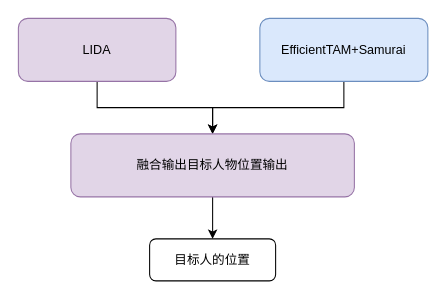
This is WorkSpace/ObjectTrack/LIDA+Camera.drawio from mailonghua/drawio, a draw.io file, before an edit. Source tidied: cells renumbered, new cells numbered last; positions are measured from the earlier drawing's top-left corner, leaving out a move shared by most shapes. Both pictures are drawn from the tidied source at 105%, with x=0, y=0 at pixel (18, 18).
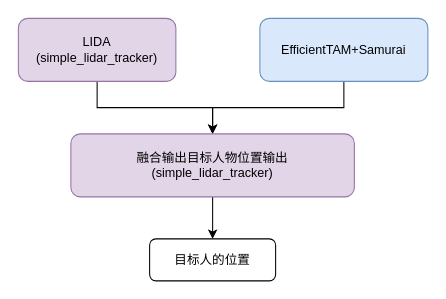
The same diagram, later.

Diff of the diagram source:
```diff
@@
 <mxGraphModel>
   <root>
     <mxCell id="0" />
     <mxCell id="1" parent="0" />
     <mxCell id="2" style="edgeStyle=orthogonalEdgeStyle;rounded=0;jettySize=auto;html=1;exitX=0.5;exitY=1;exitDx=0;exitDy=0;entryX=0.5;entryY=0;entryDx=0;entryDy=0;" parent="1" edge="1" source="3" target="8">
       <mxGeometry relative="1" as="geometry" />
     </mxCell>
     <mxCell id="3" value="EfficientTAM+Samurai" style="rounded=1;whiteSpace=wrap;html=1;fillColor=#dae8fc;strokeColor=#6c8ebf;" parent="1" vertex="1">
       <mxGeometry x="230" width="160" height="60" as="geometry" />
     </mxCell>
     <mxCell id="4" style="edgeStyle=orthogonalEdgeStyle;rounded=0;jettySize=auto;html=1;exitX=0.5;exitY=1;exitDx=0;exitDy=0;entryX=0.5;entryY=0;entryDx=0;entryDy=0;" parent="1" edge="1" source="5" target="8">
       <mxGeometry relative="1" as="geometry" />
     </mxCell>
-    <mxCell id="5" value="LIDA" style="rounded=1;whiteSpace=wrap;html=1;fillColor=#e1d5e7;strokeColor=#9673a6;" parent="1" vertex="1">
+    <mxCell id="5" value="LIDA&lt;br&gt;(simple_lidar_tracker)" style="rounded=1;whiteSpace=wrap;html=1;fillColor=#e1d5e7;strokeColor=#9673a6;" parent="1" vertex="1">
       <mxGeometry width="150" height="60" as="geometry" />
     </mxCell>
     <mxCell id="6" value="目标人的位置" style="rounded=1;whiteSpace=wrap;html=1;" parent="1" vertex="1">
       <mxGeometry x="125" y="210" width="120" height="40" as="geometry" />
     </mxCell>
     <mxCell id="7" style="edgeStyle=orthogonalEdgeStyle;rounded=0;jettySize=auto;html=1;exitX=0.5;exitY=1;exitDx=0;exitDy=0;entryX=0.5;entryY=0;entryDx=0;entryDy=0;" parent="1" edge="1" source="8" target="6">
       <mxGeometry relative="1" as="geometry" />
     </mxCell>
-    <mxCell id="8" value="融合输出目标人物位置输出" style="rounded=1;whiteSpace=wrap;html=1;fillColor=#e1d5e7;strokeColor=#9673a6;" parent="1" vertex="1">
+    <mxCell id="8" value="融合输出目标人物位置输出&lt;br&gt;(simple_lidar_tracker)" style="rounded=1;whiteSpace=wrap;html=1;fillColor=#e1d5e7;strokeColor=#9673a6;" parent="1" vertex="1">
       <mxGeometry x="50" y="110" width="270" height="60" as="geometry" />
     </mxCell>
   </root>
 </mxGraphModel>
```
